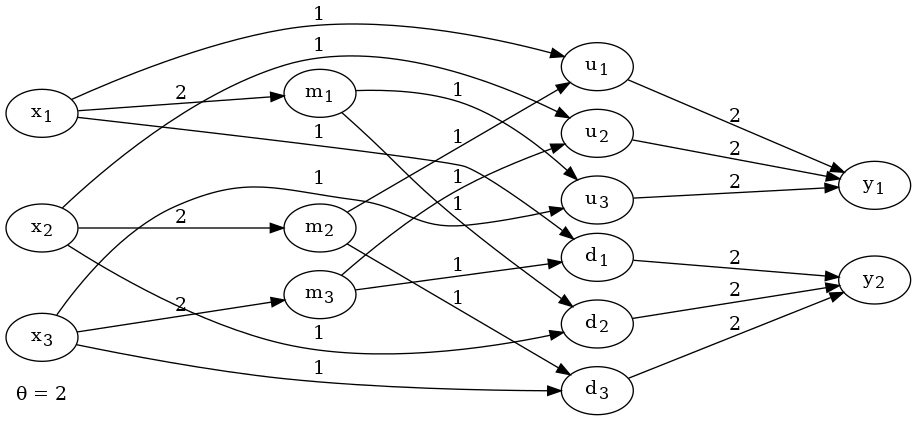
Above: p1/img/mp.png in Serede/neuro-1718 (Graphviz), before the change. Its source is kept beside it as p1/img/mp.dot.
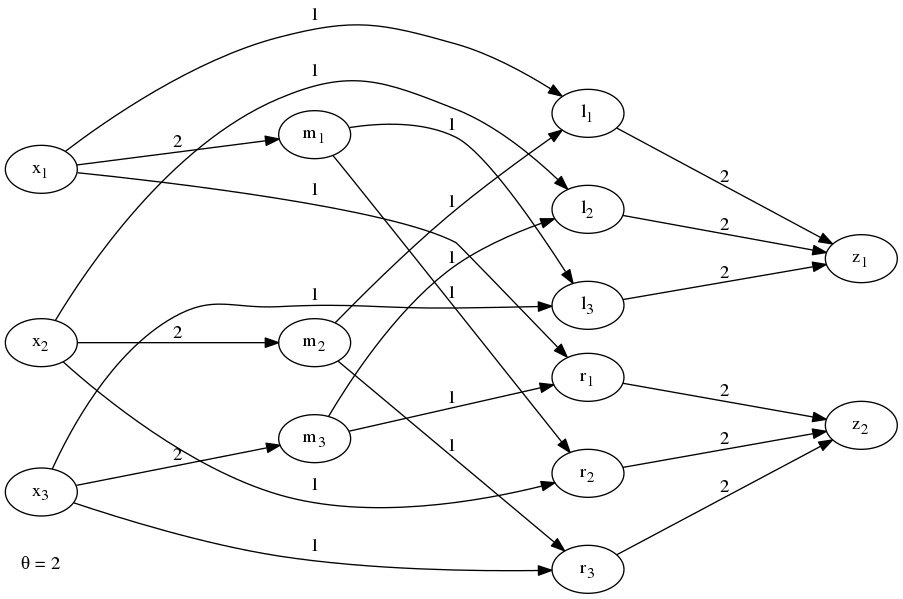
Above is the later version.

Diff of the diagram source:
```diff
@@ -1,5 +1,5 @@
 digraph MP {
-	graph [nodesep="0.1"];
+	graph [nodesep="0.25"];
 	rankdir=LR;
 	ranksep = 2.0;
 
@@ -14,37 +14,37 @@
 	m1 [label=<m<SUB>1</SUB>>];
 	m2 [label=<m<SUB>2</SUB>>];
 	m3 [label=<m<SUB>3</SUB>>];
-	u1 [label=<u<SUB>1</SUB>>];
-	u2 [label=<u<SUB>2</SUB>>];
-	u3 [label=<u<SUB>3</SUB>>];
-	d1 [label=<d<SUB>1</SUB>>];
-	d2 [label=<d<SUB>2</SUB>>];
-	d3 [label=<d<SUB>3</SUB>>];
-	y1 [label=<y<SUB>1</SUB>>];
-	y2 [label=<y<SUB>2</SUB>>];
+	l1 [label=<l<SUB>1</SUB>>];
+	l2 [label=<l<SUB>2</SUB>>];
+	l3 [label=<l<SUB>3</SUB>>];
+	r1 [label=<r<SUB>1</SUB>>];
+	r2 [label=<r<SUB>2</SUB>>];
+	r3 [label=<r<SUB>3</SUB>>];
+	z1 [label=<z<SUB>1</SUB>>];
+	z2 [label=<z<SUB>2</SUB>>];
 
 
-    x1 -> d1 [label=1];
+    x1 -> r1 [label=1];
     x1 -> m1 [label=2];
-    x1 -> u1 [label=1];
-    x2 -> d2 [label=1];
+    x1 -> l1 [label=1];
+    x2 -> r2 [label=1];
     x2 -> m2 [label=2];
-    x2 -> u2 [label=1];
-    x3 -> d3 [label=1];
+    x2 -> l2 [label=1];
+    x3 -> r3 [label=1];
     x3 -> m3 [label=2];
-    x3 -> u3 [label=1];
-    m1 -> d2 [label=1];
-    m1 -> u3 [label=1];
-    m2 -> d3 [label=1];
-    m2 -> u1 [label=1];
-    m3 -> d1 [label=1];
-    m3 -> u2 [label=1];
-    u1 -> y1 [label=2];
-    u2 -> y1 [label=2];
-    u3 -> y1 [label=2];
-    d1 -> y2 [label=2];
-    d2 -> y2 [label=2];
-    d3 -> y2 [label=2];
+    x3 -> l3 [label=1];
+    m1 -> r2 [label=1];
+    m1 -> l3 [label=1];
+    m2 -> r3 [label=1];
+    m2 -> l1 [label=1];
+    m3 -> r1 [label=1];
+    m3 -> l2 [label=1];
+    l1 -> z1 [label=2];
+    l2 -> z1 [label=2];
+    l3 -> z1 [label=2];
+    r1 -> z2 [label=2];
+    r2 -> z2 [label=2];
+    r3 -> z2 [label=2];
 
 	edge[style=invis];
 	{
@@ -57,15 +57,15 @@
     }
 	{
         rank=same;
-        u1 -> u2 -> u3;
+        l1 -> l2 -> l3;
     }
 	{
         rank=same;
-        d1 -> d2 -> d3;
+        r1 -> r2 -> r3;
     }
 	{
         rank=same;
-        y1 -> y2;
+        z1 -> z2;
     }
 
 }
```
